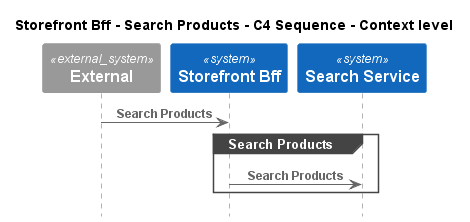
C4InterFlow/architecture-as-code-samples keeps this PlantUML diagram as e-commerce-platform/Software Systems/Storefront Bff/Interfaces/Search Products/Context - C4 Sequence.png. Above is the earlier version. Its diagram source:
```plantuml
@startuml
!pragma layout smetana
!include ..\..\..\..\.c4s\C4_Sequence.puml

title Storefront Bff - Search Products - C4 Sequence - Context level

System_Ext(C4InterFlow.SoftwareSystems.ExternalSystem, "External", "")
System(ECommercePlatform.SoftwareSystems.StorefrontBff, "Storefront Bff", "")
System(ECommercePlatform.SoftwareSystems.SearchService, "Search Service", "")

Rel(C4InterFlow.SoftwareSystems.ExternalSystem, ECommercePlatform.SoftwareSystems.StorefrontBff, "Search Products")
group Search Products
Rel(ECommercePlatform.SoftwareSystems.StorefrontBff, ECommercePlatform.SoftwareSystems.SearchService, "Search Products")
end


@enduml
```
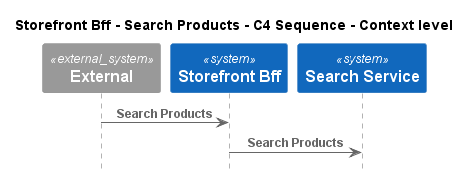
The same diagram one commit later.

The edit, as a diff of the source:
```diff
@@ -9,9 +9,7 @@
 System(ECommercePlatform.SoftwareSystems.SearchService, "Search Service", "")
 
 Rel(C4InterFlow.SoftwareSystems.ExternalSystem, ECommercePlatform.SoftwareSystems.StorefrontBff, "Search Products")
-group Search Products
 Rel(ECommercePlatform.SoftwareSystems.StorefrontBff, ECommercePlatform.SoftwareSystems.SearchService, "Search Products")
-end
 
 
 @enduml
```
